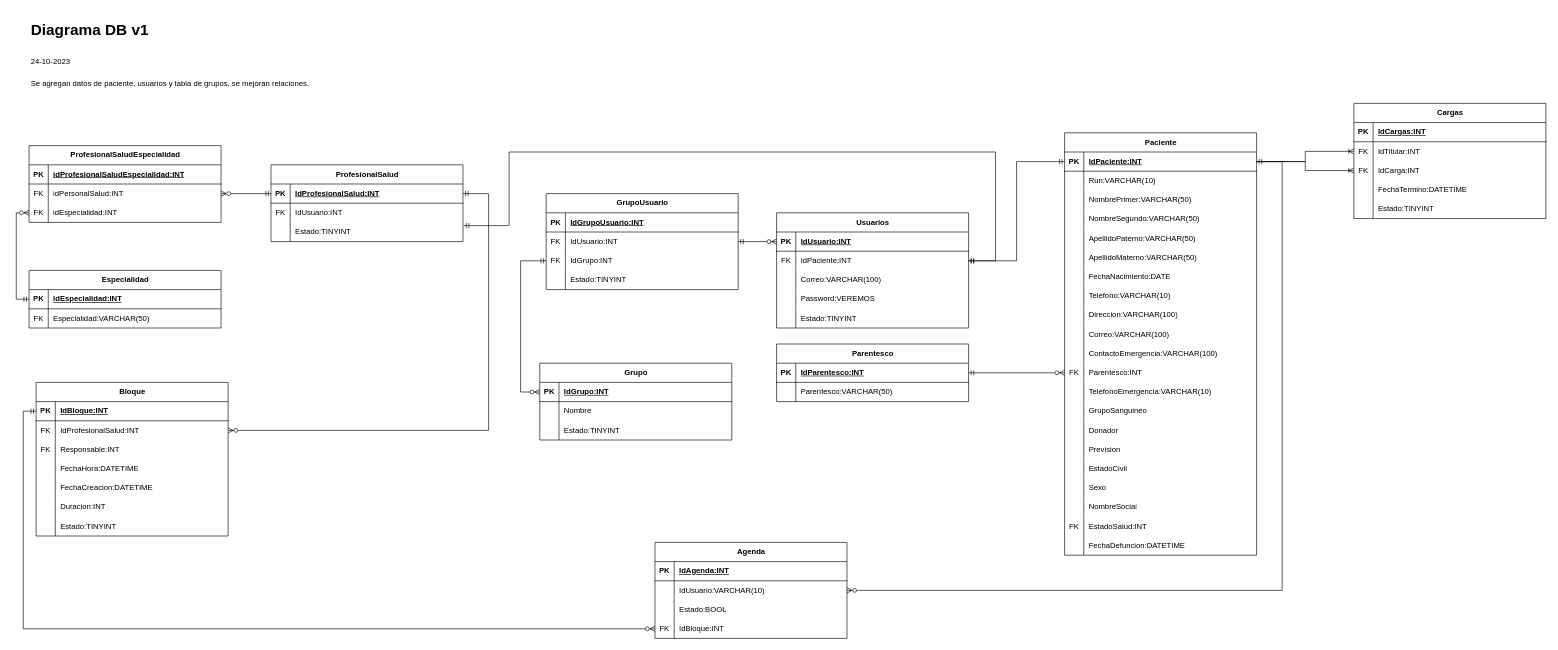
The draw.io diagram DiagramaDB.drawio in JonaNomas/his-diagram, before the edit. Source tidied: cells renumbered, new cells numbered last; positions are measured from the earlier drawing's top-left corner, leaving out a move shared by most shapes. Both pictures are drawn from the tidied source at 64%, with x=0, y=0 at pixel (28, 17).
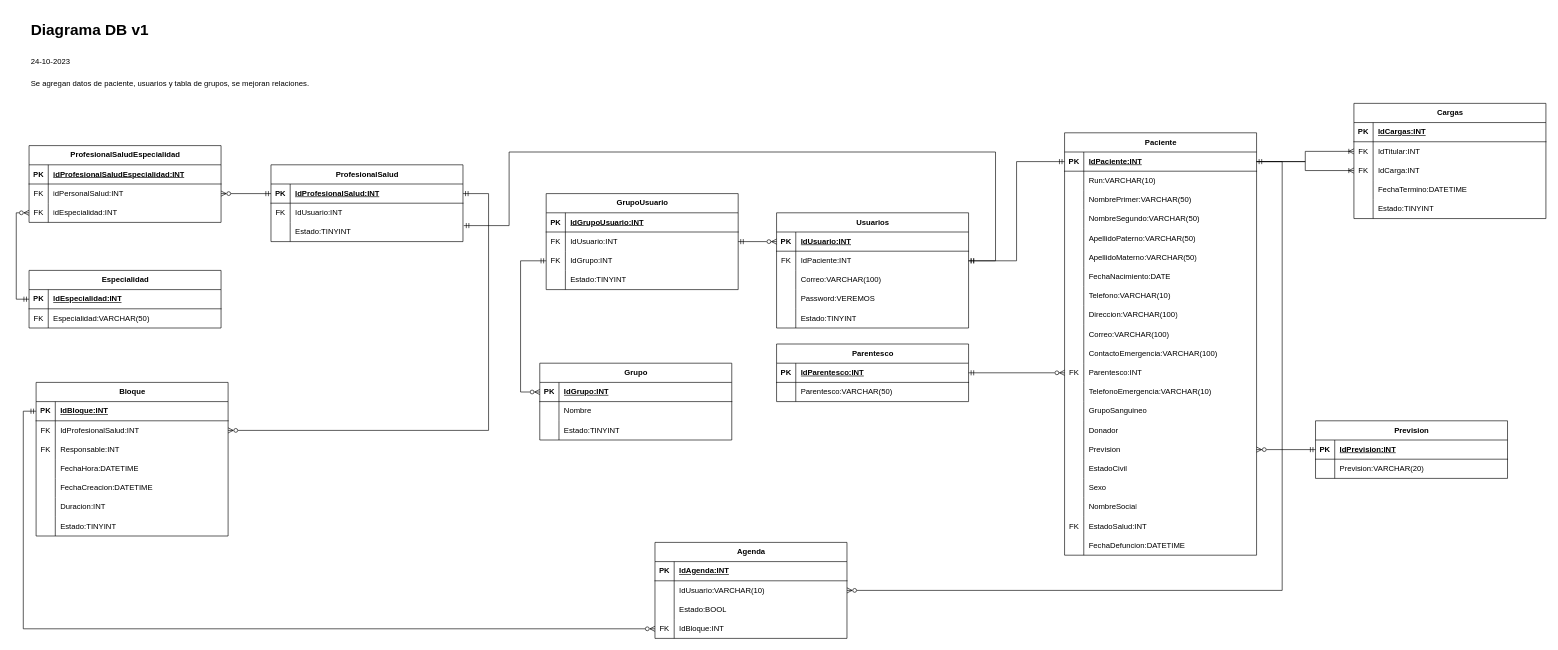
The same page after the edit.

Commit message:
Se agrega tabla prevision

Unchanged cells that the change refers to:
```xml
<mxCell id="48" style="shape=tableRow;horizontal=0;startSize=0;swimlaneHead=0;swimlaneBody=0;fillColor=none;points=[[0,0.5],[1,0.5]];portConstraint=eastwest;top=0;left=0;right=0;bottom=0;" parent="2" vertex="1">
  <mxGeometry y="480" width="300" height="30" as="geometry" />
</mxCell>
```

Diff of the diagram source:
```diff
@@
+    <mxCell id="204" value="Prevision" style="shape=table;startSize=30;childLayout=tableLayout;rowLines=0;fontStyle=1;align=center;html=1;" parent="1" vertex="1">
+      <mxGeometry x="2012" y="630" width="300" height="90" as="geometry" />
+    </mxCell>
+    <mxCell id="205" style="shape=tableRow;horizontal=0;startSize=0;swimlaneHead=0;swimlaneBody=0;fillColor=none;points=[[0,0.5],[1,0.5]];portConstraint=eastwest;top=0;left=0;right=0;bottom=1;" parent="204" vertex="1">
+      <mxGeometry y="30" width="300" height="30" as="geometry" />
+    </mxCell>
+    <mxCell id="206" value="PK" style="shape=partialRectangle;fillColor=none;top=0;left=0;bottom=0;right=0;fontStyle=1;overflow=hidden;whiteSpace=wrap;html=1;" parent="205" vertex="1">
+      <mxGeometry width="30" height="30" as="geometry" />
+    </mxCell>
+    <mxCell id="207" value="IdPrevision:INT" style="shape=partialRectangle;fillColor=none;top=0;left=0;bottom=0;right=0;align=left;spacingLeft=6;fontStyle=5;overflow=hidden;whiteSpace=wrap;html=1;" parent="205" vertex="1">
+      <mxGeometry x="30" width="270" height="30" as="geometry" />
+    </mxCell>
+    <mxCell id="208" style="shape=tableRow;horizontal=0;startSize=0;swimlaneHead=0;swimlaneBody=0;fillColor=none;top=0;left=0;right=0;bottom=0;" parent="204" vertex="1">
+      <mxGeometry y="60" width="300" height="30" as="geometry" />
+    </mxCell>
+    <mxCell id="209" style="shape=partialRectangle;fillColor=none;top=0;left=0;bottom=0;right=0;overflow=hidden;whiteSpace=wrap;html=1;" parent="208" vertex="1">
+      <mxGeometry width="30" height="30" as="geometry" />
+    </mxCell>
+    <mxCell id="210" value="Prevision:VARCHAR(20)" style="shape=partialRectangle;fillColor=none;top=0;left=0;bottom=0;right=0;align=left;spacingLeft=6;overflow=hidden;whiteSpace=wrap;html=1;" parent="208" vertex="1">
+      <mxGeometry x="30" width="270" height="30" as="geometry" />
+    </mxCell>
+    <mxCell id="211" style="edgeStyle=orthogonalEdgeStyle;rounded=0;jettySize=auto;html=1;entryX=0;entryY=0.5;entryDx=0;entryDy=0;startArrow=ERzeroToMany;startFill=0;endArrow=ERmandOne;endFill=0;" parent="1" edge="1" source="48" target="205">
+      <mxGeometry relative="1" as="geometry" />
+    </mxCell>
```
